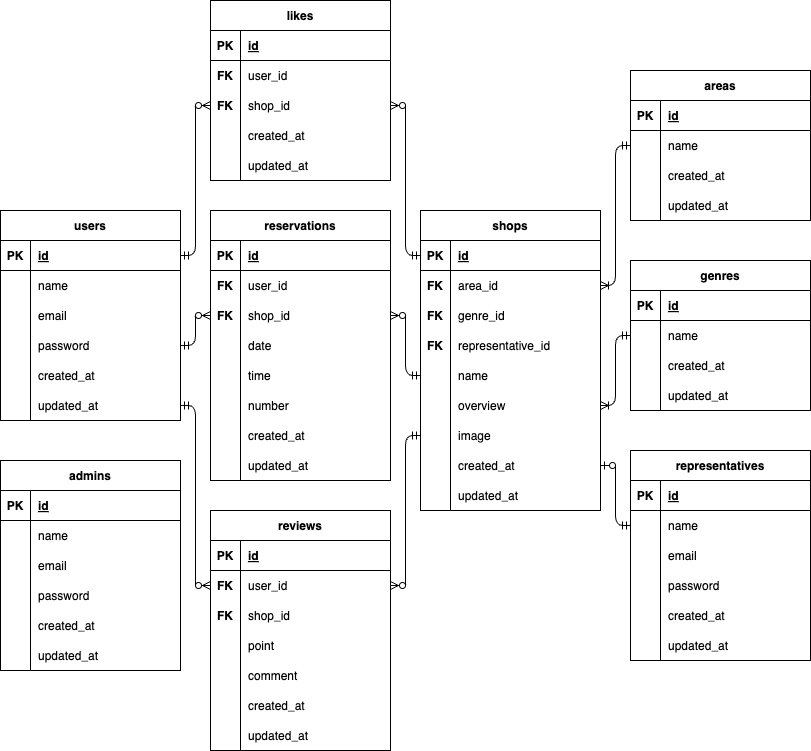
Naganuma-Mai/rese keeps this draw.io diagram as er.drawio.png. Above is the earlier version. Source tidied: cells renumbered, new cells last; positions are measured from the earlier drawing's top-left corner, leaving out a move shared by most shapes.
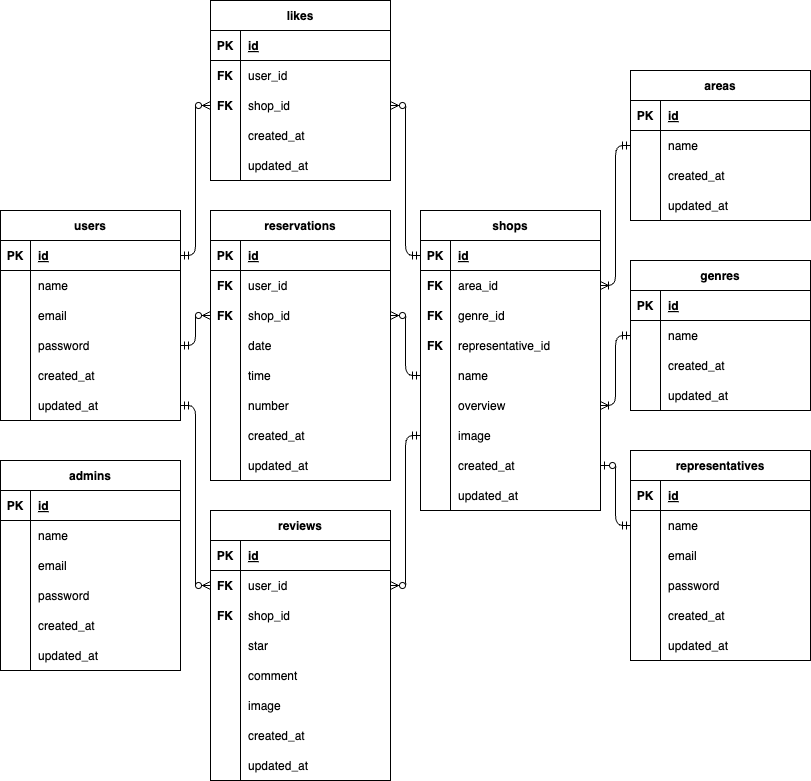
Above is the later version.

What changed in the source:
```diff
@@ -363,7 +363,7 @@
       <mxGeometry relative="1" as="geometry" />
     </mxCell>
     <mxCell id="122" value="reviews" style="shape=table;startSize=30;rowLines=0;fontStyle=1;align=center;" parent="1" vertex="1">
-      <mxGeometry x="210" y="510" width="180" height="240" as="geometry" />
+      <mxGeometry x="210" y="510" width="180" height="270" as="geometry" />
     </mxCell>
     <mxCell id="123" style="shape=tableRow;horizontal=0;startSize=0;swimlaneHead=0;swimlaneBody=0;fillColor=none;top=0;left=0;right=0;bottom=1;" parent="122" vertex="1">
       <mxGeometry y="30" width="180" height="30" as="geometry" />
@@ -398,20 +398,29 @@
     <mxCell id="133" style="shape=partialRectangle;fillColor=none;top=0;left=0;bottom=0;right=0;overflow=hidden;" parent="132" vertex="1">
       <mxGeometry width="30" height="30" as="geometry" />
     </mxCell>
-    <mxCell id="134" value="point" style="shape=partialRectangle;fillColor=none;top=0;left=0;bottom=0;right=0;align=left;spacingLeft=6;overflow=hidden;" parent="132" vertex="1">
+    <mxCell id="134" value="star" style="shape=partialRectangle;fillColor=none;top=0;left=0;bottom=0;right=0;align=left;spacingLeft=6;overflow=hidden;" parent="132" vertex="1">
       <mxGeometry x="30" width="150" height="30" as="geometry" />
     </mxCell>
     <mxCell id="135" style="shape=tableRow;horizontal=0;startSize=0;swimlaneHead=0;swimlaneBody=0;fillColor=none;top=0;left=0;right=0;bottom=0;" parent="122" vertex="1">
       <mxGeometry y="150" width="180" height="30" as="geometry" />
     </mxCell>
-    <mxCell id="136" style="shape=partialRectangle;fillColor=none;top=0;left=0;bottom=0;right=0;overflow=hidden;" parent="135" vertex="1">
-      <mxGeometry width="30" height="30" as="geometry" />
-    </mxCell>
+    <mxCell id="185" style="shape=partialRectangle;fillColor=none;top=0;left=0;bottom=0;right=0;overflow=hidden;" parent="135" vertex="1">
+      <mxGeometry width="30" height="30" as="geometry" />
+    </mxCell>
     <mxCell id="137" value="comment" style="shape=partialRectangle;fillColor=none;top=0;left=0;bottom=0;right=0;align=left;spacingLeft=6;overflow=hidden;" parent="135" vertex="1">
       <mxGeometry x="30" width="150" height="30" as="geometry" />
     </mxCell>
+    <mxCell id="186" style="shape=tableRow;horizontal=0;startSize=0;swimlaneHead=0;swimlaneBody=0;fillColor=none;top=0;left=0;right=0;bottom=0;" parent="122" vertex="1">
+      <mxGeometry y="180" width="180" height="30" as="geometry" />
+    </mxCell>
+    <mxCell id="187" style="shape=partialRectangle;fillColor=none;top=0;left=0;bottom=0;right=0;overflow=hidden;" parent="186" vertex="1">
+      <mxGeometry width="30" height="30" as="geometry" />
+    </mxCell>
+    <mxCell id="188" value="image" style="shape=partialRectangle;fillColor=none;top=0;left=0;bottom=0;right=0;align=left;spacingLeft=6;overflow=hidden;" parent="186" vertex="1">
+      <mxGeometry x="30" width="150" height="30" as="geometry" />
+    </mxCell>
     <mxCell id="138" style="shape=tableRow;horizontal=0;startSize=0;swimlaneHead=0;swimlaneBody=0;fillColor=none;top=0;left=0;right=0;bottom=0;" parent="122" vertex="1">
-      <mxGeometry y="180" width="180" height="30" as="geometry" />
+      <mxGeometry y="210" width="180" height="30" as="geometry" />
     </mxCell>
     <mxCell id="139" style="shape=partialRectangle;fillColor=none;top=0;left=0;bottom=0;right=0;overflow=hidden;" parent="138" vertex="1">
       <mxGeometry width="30" height="30" as="geometry" />
@@ -420,7 +429,7 @@
       <mxGeometry x="30" width="150" height="30" as="geometry" />
     </mxCell>
     <mxCell id="141" style="shape=tableRow;horizontal=0;startSize=0;swimlaneHead=0;swimlaneBody=0;fillColor=none;top=0;left=0;right=0;bottom=0;" parent="122" vertex="1">
-      <mxGeometry y="210" width="180" height="30" as="geometry" />
+      <mxGeometry y="240" width="180" height="30" as="geometry" />
     </mxCell>
     <mxCell id="142" style="shape=partialRectangle;fillColor=none;top=0;left=0;bottom=0;right=0;overflow=hidden;" parent="141" vertex="1">
       <mxGeometry width="30" height="30" as="geometry" />
```
